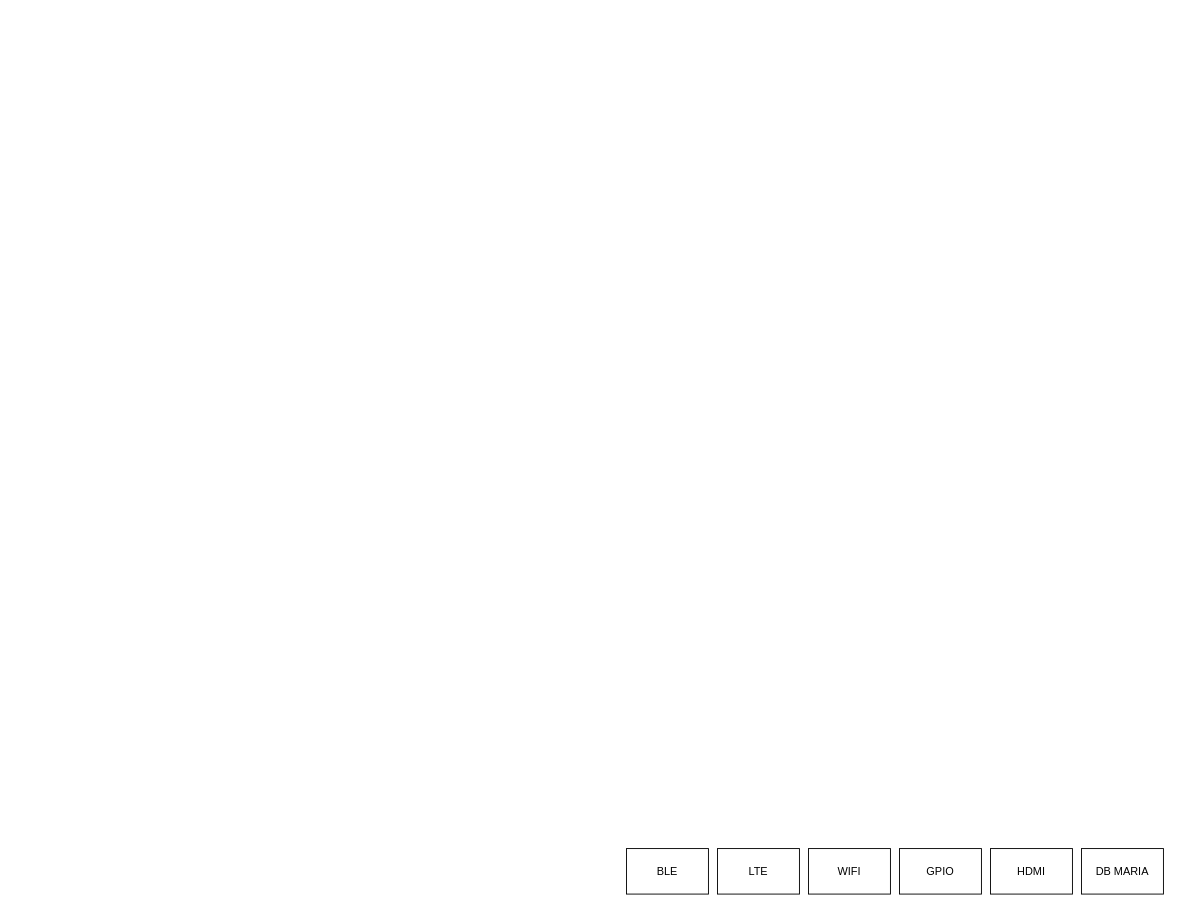
This is Diagrama sin título.drawio from CesarRodriguez14/Tag_Vehiculo_4_0_Diagramas, a draw.io file, before an edit. Source tidied: cells renumbered, new cells numbered last; positions are measured from the earlier drawing's top-left corner, leaving out a move shared by most shapes. Both pictures are drawn from the tidied source at 91%, with x=0, y=0 at pixel (626, 848).
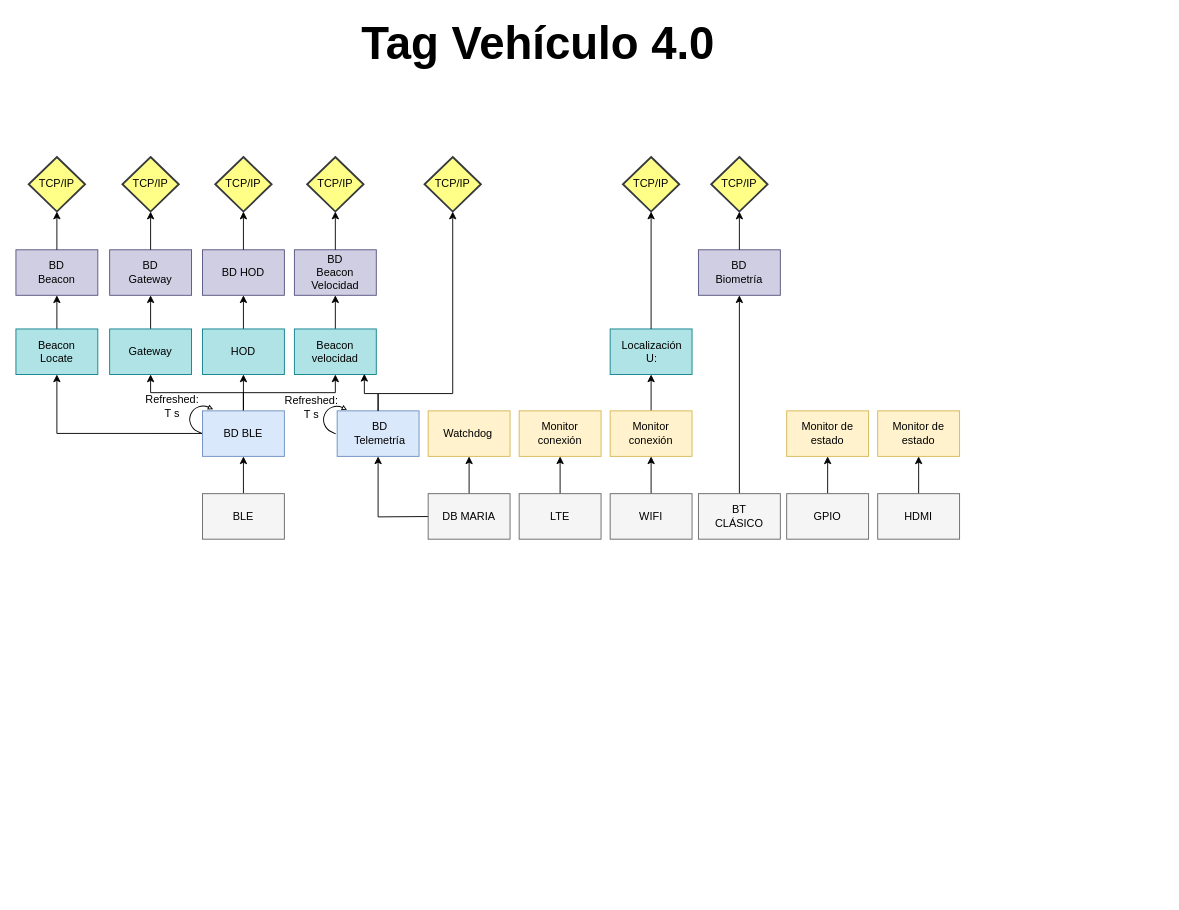
The same diagram, later.

Commit message:
Actualizar Diagrama general.drawio

The edit, as a diff of the source:
```diff
@@
+    <mxCell id="14" style="edgeStyle=orthogonalEdgeStyle;rounded=0;jettySize=auto;html=1;exitX=0.5;exitY=0;exitDx=0;exitDy=0;entryX=0.5;entryY=1;entryDx=0;entryDy=0;" parent="1" edge="1" source="2" target="24">
+      <mxGeometry relative="1" as="geometry" />
+    </mxCell>
-    <mxCell id="2" style="rounded=0;whiteSpace=wrap;html=1;" parent="1" vertex="1">
-      <mxGeometry width="90" height="50" as="geometry" />
+    <mxCell id="2" style="rounded=0;whiteSpace=wrap;html=1;fillColor=#f5f5f5;fontColor=#333333;strokeColor=#666666;" parent="1" vertex="1">
+      <mxGeometry x="-466" y="-390" width="90" height="50" as="geometry" />
     </mxCell>
     <mxCell id="3" value="BLE" style="text;html=1;align=center;verticalAlign=middle;whiteSpace=wrap;rounded=0;" parent="1" vertex="1">
-      <mxGeometry x="15" y="10" width="60" height="30" as="geometry" />
+      <mxGeometry x="-451" y="-380" width="60" height="30" as="geometry" />
     </mxCell>
+    <mxCell id="15" style="edgeStyle=orthogonalEdgeStyle;rounded=0;jettySize=auto;html=1;exitX=0.5;exitY=0;exitDx=0;exitDy=0;entryX=0.5;entryY=1;entryDx=0;entryDy=0;" parent="1" edge="1" source="4" target="26">
+      <mxGeometry relative="1" as="geometry" />
+    </mxCell>
-    <mxCell id="4" style="rounded=0;whiteSpace=wrap;html=1;" parent="1" vertex="1">
-      <mxGeometry x="100" width="90" height="50" as="geometry" />
+    <mxCell id="4" style="rounded=0;whiteSpace=wrap;html=1;fillColor=#f5f5f5;fontColor=#333333;strokeColor=#666666;" parent="1" vertex="1">
+      <mxGeometry x="-118" y="-390" width="90" height="50" as="geometry" />
     </mxCell>
     <mxCell id="5" value="LTE" style="text;html=1;align=center;verticalAlign=middle;whiteSpace=wrap;rounded=0;" parent="1" vertex="1">
-      <mxGeometry x="115" y="10" width="60" height="30" as="geometry" />
+      <mxGeometry x="-103" y="-380" width="60" height="30" as="geometry" />
     </mxCell>
+    <mxCell id="16" style="edgeStyle=orthogonalEdgeStyle;rounded=0;jettySize=auto;html=1;exitX=0.5;exitY=0;exitDx=0;exitDy=0;entryX=0.5;entryY=1;entryDx=0;entryDy=0;" parent="1" edge="1" source="6" target="29">
+      <mxGeometry relative="1" as="geometry" />
+    </mxCell>
-    <mxCell id="6" style="rounded=0;whiteSpace=wrap;html=1;" parent="1" vertex="1">
-      <mxGeometry x="200" width="90" height="50" as="geometry" />
+    <mxCell id="6" style="rounded=0;whiteSpace=wrap;html=1;fillColor=#f5f5f5;fontColor=#333333;strokeColor=#666666;" parent="1" vertex="1">
+      <mxGeometry x="-18" y="-390" width="90" height="50" as="geometry" />
     </mxCell>
     <mxCell id="7" value="WIFI" style="text;html=1;align=center;verticalAlign=middle;whiteSpace=wrap;rounded=0;" parent="1" vertex="1">
-      <mxGeometry x="215" y="10" width="60" height="30" as="geometry" />
+      <mxGeometry x="-3" y="-380" width="60" height="30" as="geometry" />
     </mxCell>
+    <mxCell id="17" style="edgeStyle=orthogonalEdgeStyle;rounded=0;jettySize=auto;html=1;exitX=0.5;exitY=0;exitDx=0;exitDy=0;entryX=0.5;entryY=1;entryDx=0;entryDy=0;" parent="1" edge="1" source="8" target="31">
+      <mxGeometry relative="1" as="geometry" />
+    </mxCell>
-    <mxCell id="8" style="rounded=0;whiteSpace=wrap;html=1;" parent="1" vertex="1">
-      <mxGeometry x="300" width="90" height="50" as="geometry" />
+    <mxCell id="8" style="rounded=0;whiteSpace=wrap;html=1;fillColor=#f5f5f5;fontColor=#333333;strokeColor=#666666;" parent="1" vertex="1">
+      <mxGeometry x="176" y="-390" width="90" height="50" as="geometry" />
     </mxCell>
     <mxCell id="9" value="GPIO" style="text;html=1;align=center;verticalAlign=middle;whiteSpace=wrap;rounded=0;" parent="1" vertex="1">
-      <mxGeometry x="315" y="10" width="60" height="30" as="geometry" />
+      <mxGeometry x="191" y="-380" width="60" height="30" as="geometry" />
     </mxCell>
+    <mxCell id="18" style="edgeStyle=orthogonalEdgeStyle;rounded=0;jettySize=auto;html=1;exitX=0.5;exitY=0;exitDx=0;exitDy=0;entryX=0.5;entryY=1;entryDx=0;entryDy=0;" parent="1" edge="1" source="10" target="33">
+      <mxGeometry relative="1" as="geometry" />
+    </mxCell>
-    <mxCell id="10" style="rounded=0;whiteSpace=wrap;html=1;" parent="1" vertex="1">
-      <mxGeometry x="400" width="90" height="50" as="geometry" />
+    <mxCell id="10" style="rounded=0;whiteSpace=wrap;html=1;fillColor=#f5f5f5;fontColor=#333333;strokeColor=#666666;" parent="1" vertex="1">
+      <mxGeometry x="276" y="-390" width="90" height="50" as="geometry" />
     </mxCell>
     <mxCell id="11" value="HDMI" style="text;html=1;align=center;verticalAlign=middle;whiteSpace=wrap;rounded=0;" parent="1" vertex="1">
-      <mxGeometry x="415" y="10" width="60" height="30" as="geometry" />
+      <mxGeometry x="291" y="-380" width="60" height="30" as="geometry" />
     </mxCell>
+    <mxCell id="19" style="edgeStyle=orthogonalEdgeStyle;rounded=0;jettySize=auto;html=1;exitX=0.5;exitY=0;exitDx=0;exitDy=0;entryX=0.5;entryY=1;entryDx=0;entryDy=0;" parent="1" edge="1" source="12" target="35">
+      <mxGeometry relative="1" as="geometry" />
+    </mxCell>
+    <mxCell id="20" style="edgeStyle=orthogonalEdgeStyle;rounded=0;jettySize=auto;html=1;exitX=0;exitY=0.5;exitDx=0;exitDy=0;entryX=0.5;entryY=1;entryDx=0;entryDy=0;" parent="1" edge="1" target="40">
+      <mxGeometry relative="1" as="geometry">
+        <mxPoint x="-203" y="-365" as="sourcePoint" />
+      </mxGeometry>
+    </mxCell>
-    <mxCell id="12" style="rounded=0;whiteSpace=wrap;html=1;" parent="1" vertex="1">
-      <mxGeometry x="500" width="90" height="50" as="geometry" />
+    <mxCell id="12" style="rounded=0;whiteSpace=wrap;html=1;fillColor=#f5f5f5;fontColor=#333333;strokeColor=#666666;" parent="1" vertex="1">
+      <mxGeometry x="-218" y="-390" width="90" height="50" as="geometry" />
     </mxCell>
     <mxCell id="13" value="DB MARIA" style="text;html=1;align=center;verticalAlign=middle;whiteSpace=wrap;rounded=0;" parent="1" vertex="1">
-      <mxGeometry x="515" y="10" width="60" height="30" as="geometry" />
+      <mxGeometry x="-203" y="-380" width="60" height="30" as="geometry" />
     </mxCell>
+    <mxCell id="21" style="edgeStyle=orthogonalEdgeStyle;rounded=0;jettySize=auto;html=1;exitX=0.5;exitY=0;exitDx=0;exitDy=0;entryX=0.5;entryY=1;entryDx=0;entryDy=0;" parent="1" edge="1" source="24" target="62">
+      <mxGeometry relative="1" as="geometry" />
+    </mxCell>
+    <mxCell id="22" style="edgeStyle=orthogonalEdgeStyle;rounded=0;jettySize=auto;html=1;exitX=0.5;exitY=0;exitDx=0;exitDy=0;entryX=0.5;entryY=1;entryDx=0;entryDy=0;" parent="1" edge="1" source="24" target="67">
+      <mxGeometry relative="1" as="geometry" />
+    </mxCell>
+    <mxCell id="23" style="edgeStyle=orthogonalEdgeStyle;rounded=0;jettySize=auto;html=1;exitX=0.5;exitY=0;exitDx=0;exitDy=0;entryX=0.5;entryY=1;entryDx=0;entryDy=0;" parent="1" edge="1" source="24" target="70">
+      <mxGeometry relative="1" as="geometry" />
+    </mxCell>
+    <mxCell id="24" style="rounded=0;whiteSpace=wrap;html=1;fillColor=#dae8fc;strokeColor=#6c8ebf;" parent="1" vertex="1">
+      <mxGeometry x="-466" y="-481" width="90" height="50" as="geometry" />
+    </mxCell>
+    <mxCell id="25" value="BD BLE" style="text;html=1;align=center;verticalAlign=middle;whiteSpace=wrap;rounded=0;" parent="1" vertex="1">
+      <mxGeometry x="-451" y="-471" width="60" height="30" as="geometry" />
+    </mxCell>
+    <mxCell id="26" style="rounded=0;whiteSpace=wrap;html=1;fillColor=#fff2cc;strokeColor=#d6b656;" parent="1" vertex="1">
+      <mxGeometry x="-118" y="-481" width="90" height="50" as="geometry" />
+    </mxCell>
+    <mxCell id="27" value="Monitor conexión" style="text;html=1;align=center;verticalAlign=middle;whiteSpace=wrap;rounded=0;" parent="1" vertex="1">
+      <mxGeometry x="-103" y="-471" width="60" height="30" as="geometry" />
+    </mxCell>
+    <mxCell id="28" style="edgeStyle=orthogonalEdgeStyle;rounded=0;jettySize=auto;html=1;exitX=0.5;exitY=0;exitDx=0;exitDy=0;entryX=0.5;entryY=1;entryDx=0;entryDy=0;" parent="1" edge="1" source="29" target="50">
+      <mxGeometry relative="1" as="geometry" />
+    </mxCell>
+    <mxCell id="29" style="rounded=0;whiteSpace=wrap;html=1;fillColor=#fff2cc;strokeColor=#d6b656;" parent="1" vertex="1">
+      <mxGeometry x="-18" y="-481" width="90" height="50" as="geometry" />
+    </mxCell>
+    <mxCell id="30" value="Monitor conexión" style="text;html=1;align=center;verticalAlign=middle;whiteSpace=wrap;rounded=0;" parent="1" vertex="1">
+      <mxGeometry x="-3" y="-471" width="60" height="30" as="geometry" />
+    </mxCell>
+    <mxCell id="31" style="rounded=0;whiteSpace=wrap;html=1;fillColor=#fff2cc;strokeColor=#d6b656;" parent="1" vertex="1">
+      <mxGeometry x="176" y="-481" width="90" height="50" as="geometry" />
+    </mxCell>
+    <mxCell id="32" value="Monitor de estado" style="text;html=1;align=center;verticalAlign=middle;whiteSpace=wrap;rounded=0;" parent="1" vertex="1">
+      <mxGeometry x="191" y="-471" width="60" height="30" as="geometry" />
+    </mxCell>
+    <mxCell id="33" style="rounded=0;whiteSpace=wrap;html=1;fillColor=#fff2cc;strokeColor=#d6b656;" parent="1" vertex="1">
+      <mxGeometry x="276" y="-481" width="90" height="50" as="geometry" />
+    </mxCell>
+    <mxCell id="34" value="Monitor de estado" style="text;html=1;align=center;verticalAlign=middle;whiteSpace=wrap;rounded=0;" parent="1" vertex="1">
+      <mxGeometry x="291" y="-471" width="60" height="30" as="geometry" />
+    </mxCell>
+    <mxCell id="35" style="rounded=0;whiteSpace=wrap;html=1;fillColor=#fff2cc;strokeColor=#d6b656;" parent="1" vertex="1">
+      <mxGeometry x="-218" y="-481" width="90" height="50" as="geometry" />
+    </mxCell>
+    <mxCell id="36" value="Watchdog" style="text;html=1;align=center;verticalAlign=middle;whiteSpace=wrap;rounded=0;" parent="1" vertex="1">
+      <mxGeometry x="-204" y="-471" width="60" height="30" as="geometry" />
+    </mxCell>
+    <mxCell id="37" style="edgeStyle=orthogonalEdgeStyle;rounded=0;jettySize=auto;html=1;exitX=0;exitY=0;exitDx=20;exitDy=31.48;exitPerimeter=0;entryX=0.5;entryY=1;entryDx=0;entryDy=0;" parent="1" edge="1" source="38" target="55">
+      <mxGeometry relative="1" as="geometry">
+        <Array as="points">
+          <mxPoint x="-626" y="-456" />
+        </Array>
+      </mxGeometry>
+    </mxCell>
+    <mxCell id="38" style="html=1;shadow=0;dashed=0;align=center;verticalAlign=middle;shape=mxgraph.arrows2.uTurnArrow;dy=0;arrowHead=4.41;dx2=4.26;rotation=25;" parent="1" vertex="1">
+      <mxGeometry x="-479.1" y="-490.4" width="20" height="31.5" as="geometry" />
+    </mxCell>
+    <mxCell id="39" value="Refreshed:&lt;div&gt;T s&lt;/div&gt;" style="text;html=1;align=center;verticalAlign=middle;whiteSpace=wrap;rounded=0;" parent="1" vertex="1">
+      <mxGeometry x="-529" y="-501" width="60" height="30" as="geometry" />
+    </mxCell>
+    <mxCell id="40" style="rounded=0;whiteSpace=wrap;html=1;fillColor=#dae8fc;strokeColor=#6c8ebf;" parent="1" vertex="1">
+      <mxGeometry x="-318" y="-481" width="90" height="50" as="geometry" />
+    </mxCell>
+    <mxCell id="41" value="BD Telemetría" style="text;html=1;align=center;verticalAlign=middle;whiteSpace=wrap;rounded=0;" parent="1" vertex="1">
+      <mxGeometry x="-301" y="-471" width="60" height="30" as="geometry" />
+    </mxCell>
+    <mxCell id="42" value="TCP/IP" style="strokeWidth=2;html=1;shape=mxgraph.flowchart.decision;whiteSpace=wrap;fillColor=#ffff88;strokeColor=#36393d;" parent="1" vertex="1">
+      <mxGeometry x="-222" y="-760" width="62" height="60" as="geometry" />
+    </mxCell>
+    <mxCell id="43" style="edgeStyle=orthogonalEdgeStyle;rounded=0;jettySize=auto;html=1;exitX=0.5;exitY=0;exitDx=0;exitDy=0;entryX=0.5;entryY=1;entryDx=0;entryDy=0;" parent="1" edge="1" source="44" target="46">
+      <mxGeometry relative="1" as="geometry" />
+    </mxCell>
+    <mxCell id="44" style="rounded=0;whiteSpace=wrap;html=1;fillColor=#f5f5f5;fontColor=#333333;strokeColor=#666666;" parent="1" vertex="1">
+      <mxGeometry x="79" y="-390" width="90" height="50" as="geometry" />
+    </mxCell>
+    <mxCell id="45" value="BT CLÁSICO" style="text;html=1;align=center;verticalAlign=middle;whiteSpace=wrap;rounded=0;" parent="1" vertex="1">
+      <mxGeometry x="94" y="-380" width="60" height="30" as="geometry" />
+    </mxCell>
+    <mxCell id="46" style="rounded=0;whiteSpace=wrap;html=1;fillColor=#d0cee2;strokeColor=#56517e;" parent="1" vertex="1">
+      <mxGeometry x="79" y="-658" width="90" height="50" as="geometry" />
+    </mxCell>
+    <mxCell id="47" value="BD Biometría" style="text;html=1;align=center;verticalAlign=middle;whiteSpace=wrap;rounded=0;" parent="1" vertex="1">
+      <mxGeometry x="94" y="-648" width="60" height="30" as="geometry" />
+    </mxCell>
+    <mxCell id="48" value="TCP/IP" style="strokeWidth=2;html=1;shape=mxgraph.flowchart.decision;whiteSpace=wrap;fillColor=#ffff88;strokeColor=#36393d;" parent="1" vertex="1">
+      <mxGeometry x="93" y="-760" width="62" height="60" as="geometry" />
+    </mxCell>
+    <mxCell id="49" style="edgeStyle=orthogonalEdgeStyle;rounded=0;jettySize=auto;html=1;exitX=0.5;exitY=0;exitDx=0;exitDy=0;entryX=0.5;entryY=1;entryDx=0;entryDy=0;entryPerimeter=0;" parent="1" edge="1" source="46" target="48">
+      <mxGeometry relative="1" as="geometry" />
+    </mxCell>
+    <mxCell id="50" style="rounded=0;whiteSpace=wrap;html=1;fillColor=#b0e3e6;strokeColor=#0e8088;" parent="1" vertex="1">
+      <mxGeometry x="-18" y="-571" width="90" height="50" as="geometry" />
+    </mxCell>
+    <mxCell id="51" value="Localización&lt;div&gt;U:&lt;/div&gt;" style="text;html=1;align=center;verticalAlign=middle;whiteSpace=wrap;rounded=0;" parent="1" vertex="1">
+      <mxGeometry x="-3" y="-561" width="62" height="30" as="geometry" />
+    </mxCell>
+    <mxCell id="52" value="TCP/IP" style="strokeWidth=2;html=1;shape=mxgraph.flowchart.decision;whiteSpace=wrap;fillColor=#ffff88;strokeColor=#36393d;" parent="1" vertex="1">
+      <mxGeometry x="-4" y="-760" width="62" height="60" as="geometry" />
+    </mxCell>
+    <mxCell id="53" style="edgeStyle=orthogonalEdgeStyle;rounded=0;jettySize=auto;html=1;exitX=0.5;exitY=0;exitDx=0;exitDy=0;entryX=0.5;entryY=1;entryDx=0;entryDy=0;entryPerimeter=0;" parent="1" edge="1" source="50" target="52">
+      <mxGeometry relative="1" as="geometry" />
+    </mxCell>
+    <mxCell id="54" style="edgeStyle=orthogonalEdgeStyle;rounded=0;jettySize=auto;html=1;exitX=0.5;exitY=0;exitDx=0;exitDy=0;entryX=0.5;entryY=1;entryDx=0;entryDy=0;" parent="1" edge="1" source="55" target="57">
+      <mxGeometry relative="1" as="geometry" />
+    </mxCell>
+    <mxCell id="55" style="rounded=0;whiteSpace=wrap;html=1;fillColor=#b0e3e6;strokeColor=#0e8088;" parent="1" vertex="1">
+      <mxGeometry x="-671" y="-571" width="90" height="50" as="geometry" />
+    </mxCell>
+    <mxCell id="56" value="Beacon Locate" style="text;html=1;align=center;verticalAlign=middle;whiteSpace=wrap;rounded=0;" parent="1" vertex="1">
+      <mxGeometry x="-657" y="-561" width="62" height="30" as="geometry" />
+    </mxCell>
+    <mxCell id="57" style="rounded=0;whiteSpace=wrap;html=1;fillColor=#d0cee2;strokeColor=#56517e;" parent="1" vertex="1">
+      <mxGeometry x="-671" y="-658" width="90" height="50" as="geometry" />
+    </mxCell>
+    <mxCell id="58" value="BD Beacon" style="text;html=1;align=center;verticalAlign=middle;whiteSpace=wrap;rounded=0;" parent="1" vertex="1">
+      <mxGeometry x="-657" y="-648" width="62" height="30" as="geometry" />
+    </mxCell>
+    <mxCell id="59" value="TCP/IP" style="strokeWidth=2;html=1;shape=mxgraph.flowchart.decision;whiteSpace=wrap;fillColor=#ffff88;strokeColor=#36393d;" parent="1" vertex="1">
+      <mxGeometry x="-657" y="-760" width="62" height="60" as="geometry" />
+    </mxCell>
+    <mxCell id="60" style="edgeStyle=orthogonalEdgeStyle;rounded=0;jettySize=auto;html=1;exitX=0.5;exitY=0;exitDx=0;exitDy=0;entryX=0.5;entryY=1;entryDx=0;entryDy=0;entryPerimeter=0;" parent="1" edge="1" source="57" target="59">
+      <mxGeometry relative="1" as="geometry" />
+    </mxCell>
+    <mxCell id="61" style="edgeStyle=orthogonalEdgeStyle;rounded=0;jettySize=auto;html=1;exitX=0.5;exitY=0;exitDx=0;exitDy=0;entryX=0.5;entryY=1;entryDx=0;entryDy=0;" parent="1" edge="1" source="62" target="64">
+      <mxGeometry relative="1" as="geometry" />
+    </mxCell>
+    <mxCell id="62" style="rounded=0;whiteSpace=wrap;html=1;fillColor=#b0e3e6;strokeColor=#0e8088;" parent="1" vertex="1">
+      <mxGeometry x="-568" y="-571" width="90" height="50" as="geometry" />
+    </mxCell>
+    <mxCell id="63" value="Gateway" style="text;html=1;align=center;verticalAlign=middle;whiteSpace=wrap;rounded=0;" parent="1" vertex="1">
+      <mxGeometry x="-554" y="-561" width="62" height="30" as="geometry" />
+    </mxCell>
+    <mxCell id="64" style="rounded=0;whiteSpace=wrap;html=1;fillColor=#d0cee2;strokeColor=#56517e;" parent="1" vertex="1">
+      <mxGeometry x="-568" y="-658" width="90" height="50" as="geometry" />
+    </mxCell>
+    <mxCell id="65" value="BD Gateway" style="text;html=1;align=center;verticalAlign=middle;whiteSpace=wrap;rounded=0;" parent="1" vertex="1">
+      <mxGeometry x="-554" y="-648" width="62" height="30" as="geometry" />
+    </mxCell>
+    <mxCell id="66" style="edgeStyle=orthogonalEdgeStyle;rounded=0;jettySize=auto;html=1;exitX=0.5;exitY=0;exitDx=0;exitDy=0;entryX=0.5;entryY=1;entryDx=0;entryDy=0;" parent="1" edge="1" source="67" target="76">
+      <mxGeometry relative="1" as="geometry" />
+    </mxCell>
+    <mxCell id="67" style="rounded=0;whiteSpace=wrap;html=1;fillColor=#b0e3e6;strokeColor=#0e8088;" parent="1" vertex="1">
+      <mxGeometry x="-466" y="-571" width="90" height="50" as="geometry" />
+    </mxCell>
+    <mxCell id="68" value="HOD" style="text;html=1;align=center;verticalAlign=middle;whiteSpace=wrap;rounded=0;" parent="1" vertex="1">
+      <mxGeometry x="-452" y="-561" width="62" height="30" as="geometry" />
+    </mxCell>
+    <mxCell id="69" style="edgeStyle=orthogonalEdgeStyle;rounded=0;jettySize=auto;html=1;exitX=0.5;exitY=0;exitDx=0;exitDy=0;entryX=0.5;entryY=1;entryDx=0;entryDy=0;" parent="1" edge="1" source="70" target="72">
+      <mxGeometry relative="1" as="geometry" />
+    </mxCell>
+    <mxCell id="70" style="rounded=0;whiteSpace=wrap;html=1;fillColor=#b0e3e6;strokeColor=#0e8088;" parent="1" vertex="1">
+      <mxGeometry x="-365" y="-571" width="90" height="50" as="geometry" />
+    </mxCell>
+    <mxCell id="71" value="Beacon velocidad" style="text;html=1;align=center;verticalAlign=middle;whiteSpace=wrap;rounded=0;" parent="1" vertex="1">
+      <mxGeometry x="-351" y="-561" width="62" height="30" as="geometry" />
+    </mxCell>
+    <mxCell id="72" style="rounded=0;whiteSpace=wrap;html=1;fillColor=#d0cee2;strokeColor=#56517e;" parent="1" vertex="1">
+      <mxGeometry x="-365" y="-658" width="90" height="50" as="geometry" />
+    </mxCell>
+    <mxCell id="73" value="BD Beacon Velocidad" style="text;html=1;align=center;verticalAlign=middle;whiteSpace=wrap;rounded=0;" parent="1" vertex="1">
+      <mxGeometry x="-351" y="-648" width="62" height="30" as="geometry" />
+    </mxCell>
+    <mxCell id="74" style="html=1;shadow=0;dashed=0;align=center;verticalAlign=middle;shape=mxgraph.arrows2.uTurnArrow;dy=0;arrowHead=4.41;dx2=4.26;rotation=25;" parent="1" vertex="1">
+      <mxGeometry x="-332" y="-490" width="20" height="31.5" as="geometry" />
+    </mxCell>
+    <mxCell id="75" value="Refreshed:&lt;div&gt;T s&lt;/div&gt;" style="text;html=1;align=center;verticalAlign=middle;whiteSpace=wrap;rounded=0;" parent="1" vertex="1">
+      <mxGeometry x="-376" y="-500" width="60" height="30" as="geometry" />
+    </mxCell>
+    <mxCell id="76" style="rounded=0;whiteSpace=wrap;html=1;fillColor=#d0cee2;strokeColor=#56517e;" parent="1" vertex="1">
+      <mxGeometry x="-466" y="-658" width="90" height="50" as="geometry" />
+    </mxCell>
+    <mxCell id="77" value="BD HOD" style="text;html=1;align=center;verticalAlign=middle;whiteSpace=wrap;rounded=0;" parent="1" vertex="1">
+      <mxGeometry x="-452" y="-648" width="62" height="30" as="geometry" />
+    </mxCell>
+    <mxCell id="78" value="TCP/IP" style="strokeWidth=2;html=1;shape=mxgraph.flowchart.decision;whiteSpace=wrap;fillColor=#ffff88;strokeColor=#36393d;" parent="1" vertex="1">
+      <mxGeometry x="-554" y="-760" width="62" height="60" as="geometry" />
+    </mxCell>
+    <mxCell id="79" style="edgeStyle=orthogonalEdgeStyle;rounded=0;jettySize=auto;html=1;exitX=0.5;exitY=0;exitDx=0;exitDy=0;entryX=0.5;entryY=1;entryDx=0;entryDy=0;entryPerimeter=0;" parent="1" edge="1" source="64" target="78">
+      <mxGeometry relative="1" as="geometry" />
+    </mxCell>
+    <mxCell id="80" value="TCP/IP" style="strokeWidth=2;html=1;shape=mxgraph.flowchart.decision;whiteSpace=wrap;fillColor=#ffff88;strokeColor=#36393d;" parent="1" vertex="1">
+      <mxGeometry x="-452" y="-760" width="62" height="60" as="geometry" />
+    </mxCell>
+    <mxCell id="81" style="edgeStyle=orthogonalEdgeStyle;rounded=0;jettySize=auto;html=1;exitX=0.5;exitY=0;exitDx=0;exitDy=0;entryX=0.5;entryY=1;entryDx=0;entryDy=0;entryPerimeter=0;" parent="1" edge="1" source="76" target="80">
+      <mxGeometry relative="1" as="geometry" />
+    </mxCell>
+    <mxCell id="82" value="TCP/IP" style="strokeWidth=2;html=1;shape=mxgraph.flowchart.decision;whiteSpace=wrap;fillColor=#ffff88;strokeColor=#36393d;" parent="1" vertex="1">
+      <mxGeometry x="-351" y="-760" width="62" height="60" as="geometry" />
+    </mxCell>
+    <mxCell id="83" style="edgeStyle=orthogonalEdgeStyle;rounded=0;jettySize=auto;html=1;exitX=0.5;exitY=0;exitDx=0;exitDy=0;entryX=0.5;entryY=1;entryDx=0;entryDy=0;entryPerimeter=0;" parent="1" edge="1" source="72" target="82">
+      <mxGeometry relative="1" as="geometry" />
+    </mxCell>
+    <mxCell id="84" value="Tag Vehículo 4.0" style="text;html=1;align=center;verticalAlign=middle;whiteSpace=wrap;rounded=0;fontSize=50;fontStyle=1;" parent="1" vertex="1">
+      <mxGeometry x="-387" y="-910" width="580" height="50" as="geometry" />
+    </mxCell>
+    <mxCell id="85" style="edgeStyle=orthogonalEdgeStyle;rounded=0;jettySize=auto;html=1;exitX=0.5;exitY=0;exitDx=0;exitDy=0;entryX=0.854;entryY=0.986;entryDx=0;entryDy=0;entryPerimeter=0;" parent="1" edge="1" source="40" target="70">
+      <mxGeometry relative="1" as="geometry">
+        <Array as="points">
+          <mxPoint x="-273" y="-500" />
+          <mxPoint x="-288" y="-500" />
+        </Array>
+      </mxGeometry>
+    </mxCell>
+    <mxCell id="86" style="edgeStyle=orthogonalEdgeStyle;rounded=0;jettySize=auto;html=1;exitX=0.5;exitY=0;exitDx=0;exitDy=0;entryX=0.5;entryY=1;entryDx=0;entryDy=0;entryPerimeter=0;" parent="1" edge="1" source="40" target="42">
+      <mxGeometry relative="1" as="geometry">
+        <Array as="points">
+          <mxPoint x="-273" y="-500" />
+          <mxPoint x="-191" y="-500" />
+        </Array>
+      </mxGeometry>
+    </mxCell>
```
